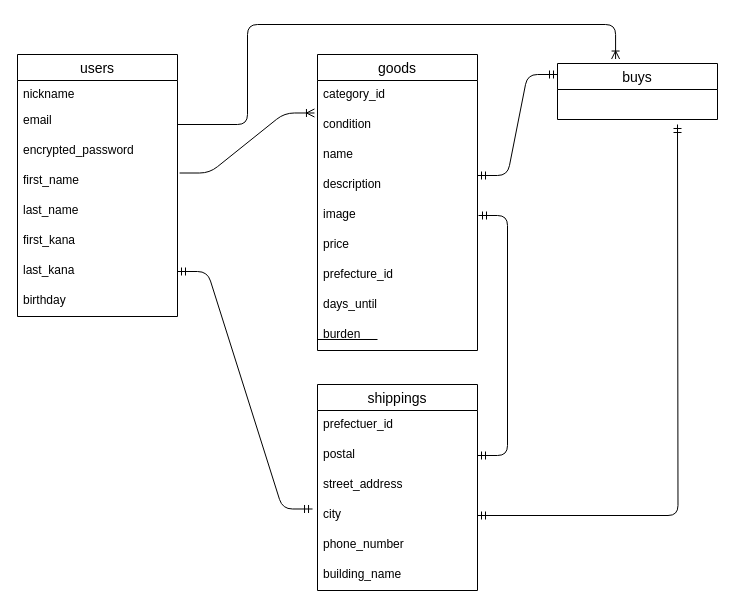
This is test.dio from mikuto17/furima-40060, a draw.io file, before an edit. Source tidied: cells renumbered, new cells numbered last; positions are measured from the earlier drawing's top-left corner, leaving out a move shared by most shapes. Both pictures are drawn from the tidied source at 100%, with x=0, y=0 at pixel (17, 24).
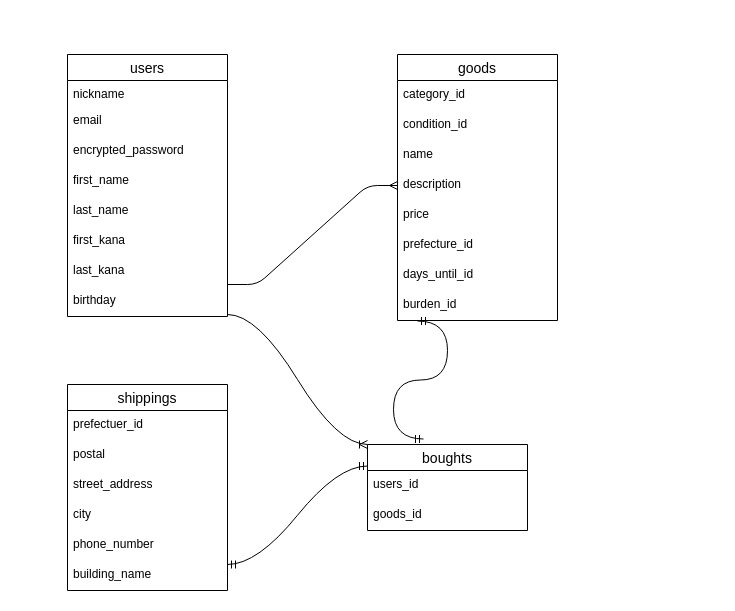
The same diagram, later.

Commit message (it also covers changes not shown here):
ER図作成、README記載の修正１

The change refers to these unchanged cells:
```xml
<mxCell id="6" value="first_name" style="text;strokeColor=none;fillColor=none;spacingLeft=4;spacingRight=4;overflow=hidden;points=[[0,0.5],[1,0.5]];portConstraint=eastwest;fontSize=12;" parent="2" vertex="1">
  <mxGeometry y="112" width="160" height="30" as="geometry" />
</mxCell>
<mxCell id="9" value="last_kana" style="text;strokeColor=none;fillColor=none;spacingLeft=4;spacingRight=4;overflow=hidden;points=[[0,0.5],[1,0.5]];portConstraint=eastwest;fontSize=12;" parent="2" vertex="1">
  <mxGeometry y="202" width="160" height="30" as="geometry" />
</mxCell>
<mxCell id="15" value="description" style="text;strokeColor=none;fillColor=none;spacingLeft=4;spacingRight=4;overflow=hidden;points=[[0,0.5],[1,0.5]];portConstraint=eastwest;fontSize=12;" parent="11" vertex="1">
  <mxGeometry y="116" width="160" height="30" as="geometry" />
</mxCell>
<mxCell id="26" value="postal" style="text;strokeColor=none;fillColor=none;spacingLeft=4;spacingRight=4;overflow=hidden;points=[[0,0.5],[1,0.5]];portConstraint=eastwest;fontSize=12;" parent="24" vertex="1">
  <mxGeometry y="56" width="160" height="30" as="geometry" />
</mxCell>
<mxCell id="28" value="city" style="text;strokeColor=none;fillColor=none;spacingLeft=4;spacingRight=4;overflow=hidden;points=[[0,0.5],[1,0.5]];portConstraint=eastwest;fontSize=12;" parent="24" vertex="1">
  <mxGeometry y="116" width="160" height="30" as="geometry" />
</mxCell>
```

Change to the diagram source:
```diff
@@
     <mxCell id="2" value="users" style="swimlane;fontStyle=0;horizontal=1;startSize=26;align=center;fontSize=14;" parent="1" vertex="1">
-      <mxGeometry y="30" width="160" height="262" as="geometry" />
+      <mxGeometry x="50" y="30" width="160" height="262" as="geometry" />
     </mxCell>
@@
     <mxCell id="11" value="goods" style="swimlane;fontStyle=0;horizontal=1;startSize=26;align=center;fontSize=14;" parent="1" vertex="1">
-      <mxGeometry x="300" y="30" width="160" height="296" as="geometry" />
+      <mxGeometry x="380" y="30" width="160" height="266" as="geometry" />
     </mxCell>
@@
-    <mxCell id="13" value="condition" style="text;strokeColor=none;fillColor=none;spacingLeft=4;spacingRight=4;overflow=hidden;points=[[0,0.5],[1,0.5]];portConstraint=eastwest;fontSize=12;" parent="11" vertex="1">
+    <mxCell id="13" value="condition_id" style="text;strokeColor=none;fillColor=none;spacingLeft=4;spacingRight=4;overflow=hidden;points=[[0,0.5],[1,0.5]];portConstraint=eastwest;fontSize=12;" parent="11" vertex="1">
       <mxGeometry y="56" width="160" height="30" as="geometry" />
     </mxCell>
@@
-    <mxCell id="16" value="image" style="text;strokeColor=none;fillColor=none;spacingLeft=4;spacingRight=4;overflow=hidden;points=[[0,0.5],[1,0.5]];portConstraint=eastwest;fontSize=12;" parent="11" vertex="1">
-      <mxGeometry y="146" width="160" height="30" as="geometry" />
-    </mxCell>
     <mxCell id="17" value="price" style="text;strokeColor=none;fillColor=none;spacingLeft=4;spacingRight=4;overflow=hidden;fontSize=12;" parent="11" vertex="1">
-      <mxGeometry y="176" width="160" height="30" as="geometry" />
+      <mxGeometry y="146" width="160" height="30" as="geometry" />
     </mxCell>
     <mxCell id="18" value="prefecture_id" style="text;strokeColor=none;fillColor=none;spacingLeft=4;spacingRight=4;overflow=hidden;fontSize=12;" parent="11" vertex="1">
-      <mxGeometry y="206" width="160" height="30" as="geometry" />
+      <mxGeometry y="176" width="160" height="30" as="geometry" />
     </mxCell>
-    <mxCell id="19" value="days_until" style="text;strokeColor=none;fillColor=none;spacingLeft=4;spacingRight=4;overflow=hidden;fontSize=12;" parent="11" vertex="1">
-      <mxGeometry y="236" width="160" height="30" as="geometry" />
+    <mxCell id="19" value="days_until_id" style="text;strokeColor=none;fillColor=none;spacingLeft=4;spacingRight=4;overflow=hidden;fontSize=12;" parent="11" vertex="1">
+      <mxGeometry y="206" width="160" height="30" as="geometry" />
     </mxCell>
-    <mxCell id="20" value="burden" style="text;strokeColor=none;fillColor=none;spacingLeft=4;spacingRight=4;overflow=hidden;points=[[0,0.5],[1,0.5]];portConstraint=eastwest;fontSize=12;" parent="11" vertex="1">
-      <mxGeometry y="266" width="160" height="30" as="geometry" />
+    <mxCell id="20" value="burden_id" style="text;strokeColor=none;fillColor=none;spacingLeft=4;spacingRight=4;overflow=hidden;points=[[0,0.5],[1,0.5]];portConstraint=eastwest;fontSize=12;" parent="11" vertex="1">
+      <mxGeometry y="236" width="160" height="30" as="geometry" />
     </mxCell>
-    <mxCell id="21" value="buys" style="swimlane;fontStyle=0;horizontal=1;startSize=26;align=center;fontSize=14;" parent="1" vertex="1">
-      <mxGeometry x="540" y="39" width="160" height="56" as="geometry" />
+    <mxCell id="21" value="boughts" style="swimlane;fontStyle=0;horizontal=1;startSize=26;align=center;fontSize=14;" parent="1" vertex="1">
+      <mxGeometry x="350" y="420" width="160" height="86" as="geometry" />
     </mxCell>
-    <mxCell id="22" style="edgeStyle=orthogonalEdgeStyle;fontSize=12;html=1;endArrow=ERmandOne;startArrow=ERmandOne;targetPerimeterSpacing=0;exitX=1;exitY=0.5;exitDx=0;exitDy=0;" parent="21" edge="1" source="28">
-      <mxGeometry relative="1" as="geometry">
-        <mxPoint x="120" y="61" as="targetPoint" />
-      </mxGeometry>
-    </mxCell>
+    <mxCell id="37" value="users_id" style="text;strokeColor=none;fillColor=none;spacingLeft=4;spacingRight=4;overflow=hidden;fontSize=12;" parent="21" vertex="1">
+      <mxGeometry y="26" width="160" height="30" as="geometry" />
+    </mxCell>
+    <mxCell id="38" value="goods_id" style="text;strokeColor=none;fillColor=none;spacingLeft=4;spacingRight=4;overflow=hidden;fontSize=12;" parent="21" vertex="1">
+      <mxGeometry y="56" width="160" height="30" as="geometry" />
+    </mxCell>
@@
     <mxCell id="24" value="shippings" style="swimlane;fontStyle=0;horizontal=1;startSize=26;align=center;fontSize=14;" parent="1" vertex="1">
-      <mxGeometry x="300" y="360" width="160" height="206" as="geometry" />
+      <mxGeometry x="50" y="360" width="160" height="206" as="geometry" />
     </mxCell>
@@
-    <mxCell id="31" style="line;strokeWidth=1;dashed=0;labelPosition=right;align=left;verticalAlign=middle;spacingTop=0;spacingLeft=6;" parent="1" vertex="1">
-      <mxGeometry x="300" y="310" width="60" height="10" as="geometry" />
-    </mxCell>
-    <mxCell id="32" style="edgeStyle=entityRelationEdgeStyle;fontSize=12;html=1;endArrow=ERoneToMany;targetPerimeterSpacing=1;entryX=-0.019;entryY=0.083;entryDx=0;entryDy=0;entryPerimeter=0;exitX=1.013;exitY=0.217;exitDx=0;exitDy=0;exitPerimeter=0;" parent="1" edge="1" source="6" target="13">
-      <mxGeometry relative="1" as="geometry" />
-    </mxCell>
-    <mxCell id="33" style="edgeStyle=entityRelationEdgeStyle;fontSize=12;html=1;endArrow=ERmandOne;startArrow=ERmandOne;targetPerimeterSpacing=1;exitX=1;exitY=0.5;exitDx=0;exitDy=0;" parent="1" edge="1" source="26" target="16">
-      <mxGeometry relative="1" as="geometry" />
-    </mxCell>
-    <mxCell id="34" style="edgeStyle=entityRelationEdgeStyle;fontSize=12;html=1;endArrow=ERmandOne;startArrow=ERmandOne;targetPerimeterSpacing=1;exitX=-0.031;exitY=0.283;exitDx=0;exitDy=0;exitPerimeter=0;entryX=1;entryY=0.5;entryDx=0;entryDy=0;" parent="1" edge="1" source="28" target="9">
-      <mxGeometry relative="1" as="geometry" />
-    </mxCell>
-    <mxCell id="35" style="edgeStyle=orthogonalEdgeStyle;fontSize=12;html=1;endArrow=ERoneToMany;targetPerimeterSpacing=0;entryX=0.363;entryY=-0.08;entryDx=0;entryDy=0;entryPerimeter=0;" parent="1" edge="1" target="21">
-      <mxGeometry relative="1" as="geometry">
-        <mxPoint x="160" y="100" as="sourcePoint" />
-        <Array as="points">
-          <mxPoint x="230" y="100" />
-          <mxPoint x="230" />
-          <mxPoint x="598" />
-        </Array>
-      </mxGeometry>
-    </mxCell>
-    <mxCell id="36" style="edgeStyle=entityRelationEdgeStyle;fontSize=12;html=1;endArrow=ERmandOne;startArrow=ERmandOne;targetPerimeterSpacing=0;" parent="1" edge="1">
-      <mxGeometry relative="1" as="geometry">
-        <mxPoint x="460" y="151" as="sourcePoint" />
-        <mxPoint x="540" y="50" as="targetPoint" />
-      </mxGeometry>
-    </mxCell>
+    <mxCell id="39" style="edgeStyle=entityRelationEdgeStyle;fontSize=12;html=1;endArrow=ERmany;targetPerimeterSpacing=0;entryX=0;entryY=0.5;entryDx=0;entryDy=0;" parent="1" edge="1" target="15">
+      <mxGeometry relative="1" as="geometry">
+        <mxPoint x="210" y="260" as="sourcePoint" />
+      </mxGeometry>
+    </mxCell>
+    <mxCell id="40" style="edgeStyle=entityRelationEdgeStyle;fontSize=12;html=1;endArrow=ERmandOne;startArrow=ERmandOne;targetPerimeterSpacing=0;curved=1;entryX=0.125;entryY=1.017;entryDx=0;entryDy=0;entryPerimeter=0;exitX=0.35;exitY=-0.064;exitDx=0;exitDy=0;exitPerimeter=0;" parent="1" edge="1" source="21" target="20">
+      <mxGeometry relative="1" as="geometry" />
+    </mxCell>
+    <mxCell id="41" style="edgeStyle=entityRelationEdgeStyle;fontSize=12;html=1;endArrow=ERmandOne;startArrow=ERmandOne;targetPerimeterSpacing=0;curved=1;entryX=0;entryY=0.25;entryDx=0;entryDy=0;" parent="1" edge="1" target="21">
+      <mxGeometry relative="1" as="geometry">
+        <mxPoint x="210" y="540" as="sourcePoint" />
+      </mxGeometry>
+    </mxCell>
+    <mxCell id="42" style="edgeStyle=entityRelationEdgeStyle;fontSize=12;html=1;endArrow=ERoneToMany;targetPerimeterSpacing=0;curved=1;entryX=0;entryY=0;entryDx=0;entryDy=0;" parent="1" edge="1" target="21">
+      <mxGeometry relative="1" as="geometry">
+        <mxPoint x="210" y="290" as="sourcePoint" />
+      </mxGeometry>
+    </mxCell>
```
